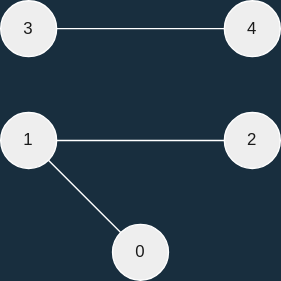
Earlier version of the draw.io export graph.drawio.svg (sammurraytuesta/connected-components). Source tidied: cells renumbered, new cells last; positions are measured from the earlier drawing's top-left corner, leaving out a move shared by most shapes.
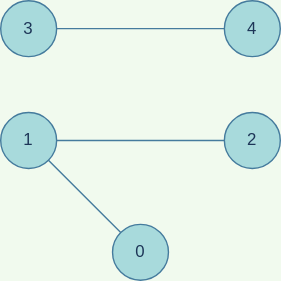
The same file after the commit.

The edit, as a diff of the source:
```diff
@@ -1,29 +1,29 @@
-<mxGraphModel background="#182E3E">
+<mxGraphModel background="#F1FAEE">
   <root>
     <mxCell id="0" />
     <mxCell id="1" parent="0" />
-    <mxCell id="2" value="1" style="ellipse;whiteSpace=wrap;html=1;fillColor=#EEEEEE;strokeColor=#FFFFFF;fontColor=#1A1A1A;" parent="1" vertex="1">
+    <mxCell id="2" value="1" style="ellipse;whiteSpace=wrap;html=1;fillColor=#A8DADC;strokeColor=#457B9D;fontColor=#1D3557;rounded=1;" parent="1" vertex="1">
       <mxGeometry y="80" width="40" height="40" as="geometry" />
     </mxCell>
-    <mxCell id="3" value="0" style="ellipse;whiteSpace=wrap;html=1;fillColor=#EEEEEE;strokeColor=#FFFFFF;fontColor=#1A1A1A;" parent="1" vertex="1">
+    <mxCell id="3" value="0" style="ellipse;whiteSpace=wrap;html=1;fillColor=#A8DADC;strokeColor=#457B9D;fontColor=#1D3557;rounded=1;" parent="1" vertex="1">
       <mxGeometry x="80" y="160" width="40" height="40" as="geometry" />
     </mxCell>
-    <mxCell id="4" value="2" style="ellipse;whiteSpace=wrap;html=1;fillColor=#EEEEEE;strokeColor=#FFFFFF;fontColor=#1A1A1A;" parent="1" vertex="1">
+    <mxCell id="4" value="2" style="ellipse;whiteSpace=wrap;html=1;fillColor=#A8DADC;strokeColor=#457B9D;fontColor=#1D3557;rounded=1;" parent="1" vertex="1">
       <mxGeometry x="160" y="80" width="40" height="40" as="geometry" />
     </mxCell>
-    <mxCell id="5" value="3" style="ellipse;whiteSpace=wrap;html=1;fillColor=#EEEEEE;strokeColor=#FFFFFF;fontColor=#1A1A1A;" parent="1" vertex="1">
+    <mxCell id="5" value="3" style="ellipse;whiteSpace=wrap;html=1;fillColor=#A8DADC;strokeColor=#457B9D;fontColor=#1D3557;rounded=1;" parent="1" vertex="1">
       <mxGeometry width="40" height="40" as="geometry" />
     </mxCell>
-    <mxCell id="6" value="4" style="ellipse;whiteSpace=wrap;html=1;fillColor=#EEEEEE;strokeColor=#FFFFFF;fontColor=#1A1A1A;" parent="1" vertex="1">
+    <mxCell id="6" value="4" style="ellipse;whiteSpace=wrap;html=1;fillColor=#A8DADC;strokeColor=#457B9D;fontColor=#1D3557;rounded=1;" parent="1" vertex="1">
       <mxGeometry x="160" width="40" height="40" as="geometry" />
     </mxCell>
-    <mxCell id="7" style="endArrow=none;html=1;rounded=0;exitX=1;exitY=1;exitDx=0;exitDy=0;entryX=0;entryY=0;entryDx=0;entryDy=0;labelBackgroundColor=#182E3E;strokeColor=#FFFFFF;fontColor=#FFFFFF;" parent="1" edge="1" source="2" target="3">
+    <mxCell id="7" style="endArrow=none;html=1;rounded=1;exitX=1;exitY=1;exitDx=0;exitDy=0;entryX=0;entryY=0;entryDx=0;entryDy=0;labelBackgroundColor=#F1FAEE;strokeColor=#457B9D;fontColor=#1D3557;" parent="1" edge="1" source="2" target="3">
       <mxGeometry relative="1" as="geometry" />
     </mxCell>
-    <mxCell id="8" style="endArrow=none;html=1;rounded=0;exitX=1;exitY=0.5;exitDx=0;exitDy=0;entryX=0;entryY=0.5;entryDx=0;entryDy=0;labelBackgroundColor=#182E3E;strokeColor=#FFFFFF;fontColor=#FFFFFF;" parent="1" edge="1" source="2" target="4">
+    <mxCell id="8" style="endArrow=none;html=1;rounded=1;exitX=1;exitY=0.5;exitDx=0;exitDy=0;entryX=0;entryY=0.5;entryDx=0;entryDy=0;labelBackgroundColor=#F1FAEE;strokeColor=#457B9D;fontColor=#1D3557;" parent="1" edge="1" source="2" target="4">
       <mxGeometry relative="1" as="geometry" />
     </mxCell>
-    <mxCell id="9" style="endArrow=none;html=1;rounded=0;exitX=1;exitY=0.5;exitDx=0;exitDy=0;entryX=0;entryY=0.5;entryDx=0;entryDy=0;labelBackgroundColor=#182E3E;strokeColor=#FFFFFF;fontColor=#FFFFFF;" parent="1" edge="1" source="5" target="6">
+    <mxCell id="9" style="endArrow=none;html=1;rounded=1;exitX=1;exitY=0.5;exitDx=0;exitDy=0;entryX=0;entryY=0.5;entryDx=0;entryDy=0;labelBackgroundColor=#F1FAEE;strokeColor=#457B9D;fontColor=#1D3557;" parent="1" edge="1" source="5" target="6">
       <mxGeometry relative="1" as="geometry" />
     </mxCell>
   </root>
```
